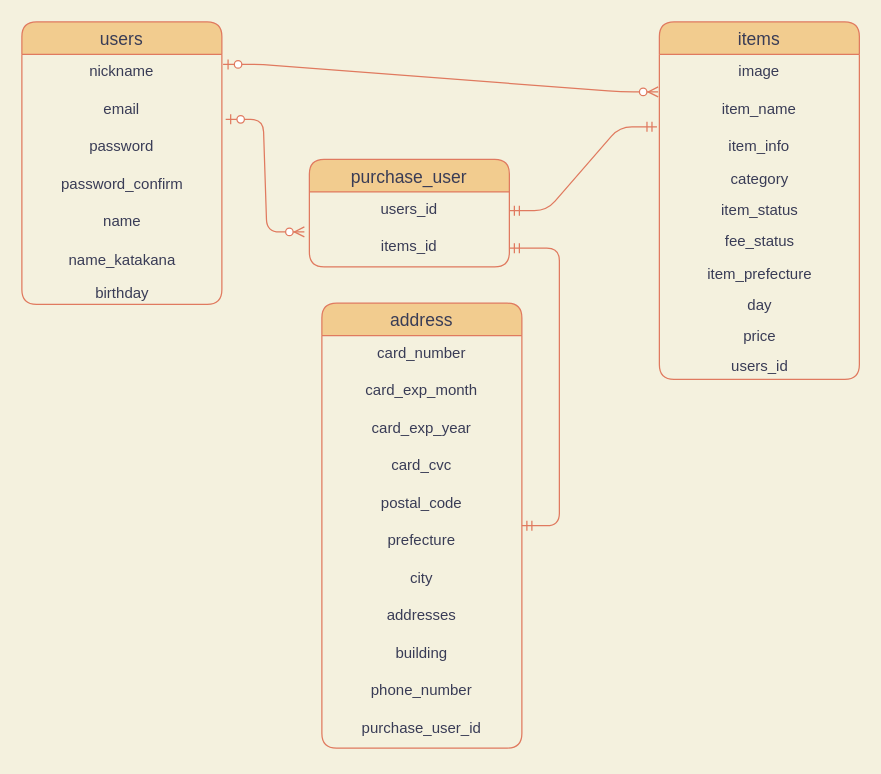
Kuma-1012/furima-35710 keeps this draw.io diagram as test.dio. Above is the earlier version. Source tidied: cells renumbered, new cells numbered last; positions are measured from the earlier drawing's top-left corner, leaving out a move shared by most shapes. Both pictures are drawn from the tidied source at 125%, with x=0, y=0 at pixel (21, 21).
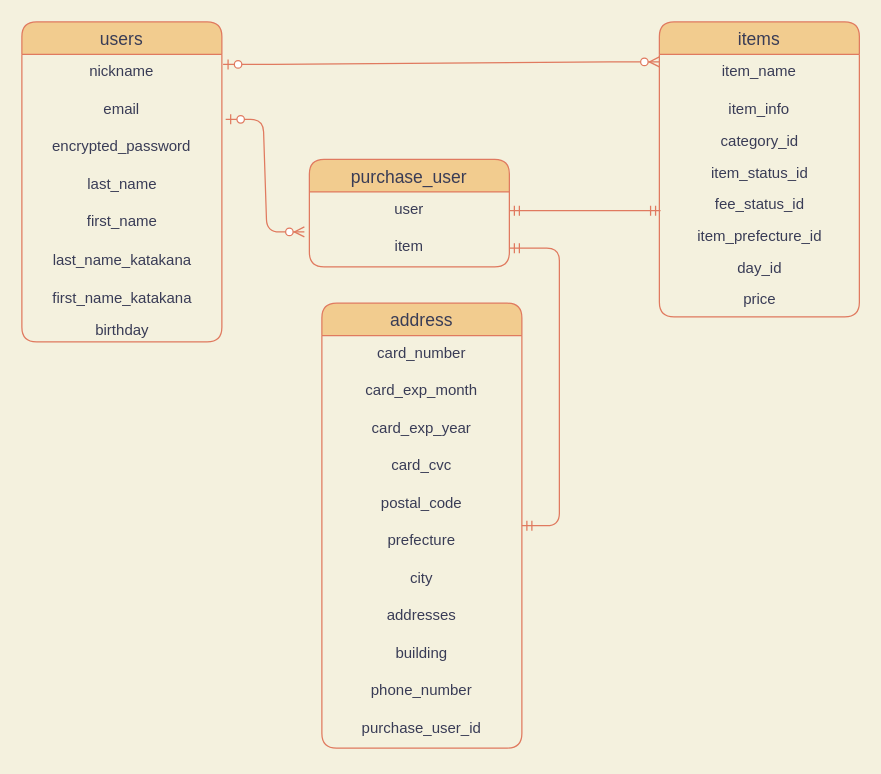
After the change.

The change refers to these unchanged cells:
```xml
<mxCell id="2" value="purchase_user" style="swimlane;fontStyle=0;horizontal=1;startSize=26;align=center;fontSize=14;fillColor=#F2CC8F;strokeColor=#E07A5F;fontColor=#393C56;rounded=1;" parent="1" vertex="1">
  <mxGeometry x="230" y="110" width="160" height="86" as="geometry" />
</mxCell>
<mxCell id="33" value="nickname" style="text;strokeColor=none;fillColor=none;spacingLeft=4;spacingRight=4;overflow=hidden;points=[[0,0.5],[1,0.5]];portConstraint=eastwest;fontSize=12;fontColor=#393C56;align=center;rounded=1;" parent="32" vertex="1">
  <mxGeometry y="26" width="160" height="30" as="geometry" />
</mxCell>
```

What changed in the source:
```diff
@@
-    <mxCell id="3" value="users_id" style="text;strokeColor=none;fillColor=none;spacingLeft=4;spacingRight=4;overflow=hidden;points=[[0,0.5],[1,0.5]];portConstraint=eastwest;fontSize=12;align=center;fontColor=#393C56;rounded=1;" parent="2" vertex="1">
+    <mxCell id="3" value="user" style="text;strokeColor=none;fillColor=none;spacingLeft=4;spacingRight=4;overflow=hidden;points=[[0,0.5],[1,0.5]];portConstraint=eastwest;fontSize=12;align=center;fontColor=#393C56;rounded=1;" parent="2" vertex="1">
       <mxGeometry y="26" width="160" height="30" as="geometry" />
     </mxCell>
-    <mxCell id="4" value="items_id" style="text;strokeColor=none;fillColor=none;spacingLeft=4;spacingRight=4;overflow=hidden;points=[[0,0.5],[1,0.5]];portConstraint=eastwest;fontSize=12;align=center;fontColor=#393C56;rounded=1;" parent="2" vertex="1">
+    <mxCell id="4" value="item" style="text;strokeColor=none;fillColor=none;spacingLeft=4;spacingRight=4;overflow=hidden;points=[[0,0.5],[1,0.5]];portConstraint=eastwest;fontSize=12;align=center;fontColor=#393C56;rounded=1;" parent="2" vertex="1">
       <mxGeometry y="56" width="160" height="30" as="geometry" />
     </mxCell>
@@
-    <mxCell id="17" style="edgeStyle=entityRelationEdgeStyle;fontSize=12;html=1;endArrow=ERzeroToMany;startArrow=ERzeroToOne;exitX=1.006;exitY=0.267;exitDx=0;exitDy=0;strokeColor=#E07A5F;fontColor=#393C56;entryX=-0.006;entryY=1;entryDx=0;entryDy=0;entryPerimeter=0;exitPerimeter=0;labelBackgroundColor=#F4F1DE;" parent="1" edge="1" source="33" target="22">
+    <mxCell id="17" style="edgeStyle=entityRelationEdgeStyle;fontSize=12;html=1;endArrow=ERzeroToMany;startArrow=ERzeroToOne;exitX=1.006;exitY=0.267;exitDx=0;exitDy=0;strokeColor=#E07A5F;fontColor=#393C56;entryX=0;entryY=0.2;entryDx=0;entryDy=0;entryPerimeter=0;exitPerimeter=0;labelBackgroundColor=#F4F1DE;" parent="1" edge="1" source="33" target="23">
       <mxGeometry relative="1" as="geometry" />
     </mxCell>
@@
-    <mxCell id="19" style="edgeStyle=entityRelationEdgeStyle;fontSize=12;html=1;endArrow=ERmandOne;startArrow=ERmandOne;entryX=-0.012;entryY=0.933;entryDx=0;entryDy=0;exitX=1;exitY=0.5;exitDx=0;exitDy=0;strokeColor=#E07A5F;fontColor=#393C56;entryPerimeter=0;labelBackgroundColor=#F4F1DE;" parent="1" edge="1" source="3" target="23">
+    <mxCell id="19" style="edgeStyle=entityRelationEdgeStyle;fontSize=12;html=1;endArrow=ERmandOne;startArrow=ERmandOne;entryX=0.006;entryY=0.75;entryDx=0;entryDy=0;exitX=1;exitY=0.5;exitDx=0;exitDy=0;strokeColor=#E07A5F;fontColor=#393C56;entryPerimeter=0;labelBackgroundColor=#F4F1DE;" parent="1" edge="1" source="3" target="27">
       <mxGeometry relative="1" as="geometry" />
     </mxCell>
@@
     <mxCell id="21" value="items" style="swimlane;fontStyle=0;horizontal=1;startSize=26;align=center;fontSize=14;sketch=0;strokeColor=#E07A5F;fillColor=#F2CC8F;fontColor=#393C56;rounded=1;" parent="1" vertex="1">
-      <mxGeometry x="510" width="160" height="286" as="geometry" />
+      <mxGeometry x="510" width="160" height="236" as="geometry" />
     </mxCell>
-    <mxCell id="22" value="image" style="text;strokeColor=none;fillColor=none;spacingLeft=4;spacingRight=4;overflow=hidden;points=[[0,0.5],[1,0.5]];portConstraint=eastwest;fontSize=12;fontColor=#393C56;align=center;rounded=1;" parent="21" vertex="1">
-      <mxGeometry y="26" width="160" height="30" as="geometry" />
-    </mxCell>
     <mxCell id="23" value="item_name" style="text;strokeColor=none;fillColor=none;spacingLeft=4;spacingRight=4;overflow=hidden;points=[[0,0.5],[1,0.5]];portConstraint=eastwest;fontSize=12;fontColor=#393C56;align=center;rounded=1;" parent="21" vertex="1">
-      <mxGeometry y="56" width="160" height="30" as="geometry" />
+      <mxGeometry y="26" width="160" height="30" as="geometry" />
     </mxCell>
     <mxCell id="24" value="item_info" style="text;strokeColor=none;fillColor=none;spacingLeft=4;spacingRight=4;overflow=hidden;fontSize=12;fontColor=#393C56;align=center;rounded=1;" parent="21" vertex="1">
-      <mxGeometry y="86" width="160" height="30" as="geometry" />
+      <mxGeometry y="56" width="160" height="30" as="geometry" />
     </mxCell>
-    <mxCell id="25" value="category" style="text;html=1;align=center;verticalAlign=middle;fillColor=none;strokeColor=none;sketch=0;fontColor=#393C56;rounded=1;" parent="21" vertex="1">
-      <mxGeometry y="116" width="160" height="20" as="geometry" />
+    <mxCell id="25" value="category_id" style="text;html=1;align=center;verticalAlign=middle;fillColor=none;strokeColor=none;sketch=0;fontColor=#393C56;rounded=1;" parent="21" vertex="1">
+      <mxGeometry y="86" width="160" height="20" as="geometry" />
     </mxCell>
-    <mxCell id="26" value="item_status" style="text;html=1;align=center;verticalAlign=middle;fillColor=none;strokeColor=none;sketch=0;fontColor=#393C56;rounded=1;spacingLeft=4;spacingRight=4;spacingTop=4;spacingBottom=4;" parent="21" vertex="1">
-      <mxGeometry y="136" width="160" height="30" as="geometry" />
+    <mxCell id="26" value="item_status_id" style="text;html=1;align=center;verticalAlign=middle;fillColor=none;strokeColor=none;sketch=0;fontColor=#393C56;rounded=1;spacingLeft=4;spacingRight=4;spacingTop=4;spacingBottom=4;" parent="21" vertex="1">
+      <mxGeometry y="106" width="160" height="30" as="geometry" />
     </mxCell>
-    <mxCell id="27" value="fee_status" style="text;html=1;align=center;verticalAlign=middle;points=[];fillColor=none;strokeColor=none;sketch=0;fontColor=#393C56;rounded=1;spacingLeft=4;spacingRight=4;spacingBottom=2;spacingTop=2;" parent="21" vertex="1">
-      <mxGeometry y="166" width="160" height="20" as="geometry" />
+    <mxCell id="27" value="fee_status_id" style="text;html=1;align=center;verticalAlign=middle;points=[];fillColor=none;strokeColor=none;sketch=0;fontColor=#393C56;rounded=1;spacingLeft=4;spacingRight=4;spacingBottom=2;spacingTop=2;" parent="21" vertex="1">
+      <mxGeometry y="136" width="160" height="20" as="geometry" />
     </mxCell>
-    <mxCell id="28" value="item_prefecture" style="text;html=1;align=center;verticalAlign=middle;fillColor=none;strokeColor=none;sketch=0;fontColor=#393C56;rounded=1;spacingLeft=4;spacingRight=4;spacingTop=4;spacingBottom=2;" parent="21" vertex="1">
-      <mxGeometry y="186" width="160" height="30" as="geometry" />
+    <mxCell id="28" value="item_prefecture_id" style="text;html=1;align=center;verticalAlign=middle;fillColor=none;strokeColor=none;sketch=0;fontColor=#393C56;rounded=1;spacingLeft=4;spacingRight=4;spacingTop=4;spacingBottom=2;" parent="21" vertex="1">
+      <mxGeometry y="156" width="160" height="30" as="geometry" />
     </mxCell>
-    <mxCell id="29" value="day" style="text;html=1;align=center;verticalAlign=middle;fillColor=none;strokeColor=none;sketch=0;fontColor=#393C56;rounded=1;spacingTop=3;spacingBottom=2;" parent="21" vertex="1">
-      <mxGeometry y="216" width="160" height="20" as="geometry" />
+    <mxCell id="29" value="day_id" style="text;html=1;align=center;verticalAlign=middle;fillColor=none;strokeColor=none;sketch=0;fontColor=#393C56;rounded=1;spacingTop=3;spacingBottom=2;" parent="21" vertex="1">
+      <mxGeometry y="186" width="160" height="20" as="geometry" />
     </mxCell>
     <mxCell id="30" value="price" style="text;html=1;align=center;verticalAlign=middle;fillColor=none;strokeColor=none;sketch=0;fontColor=#393C56;rounded=1;spacingTop=4;spacingBottom=2;" parent="21" vertex="1">
-      <mxGeometry y="236" width="160" height="30" as="geometry" />
+      <mxGeometry y="206" width="160" height="30" as="geometry" />
     </mxCell>
-    <mxCell id="31" value="users_id" style="text;html=1;align=center;verticalAlign=middle;fillColor=none;strokeColor=none;sketch=0;fontColor=#393C56;rounded=1;spacingTop=2;spacingBottom=2;" parent="21" vertex="1">
-      <mxGeometry y="266" width="160" height="20" as="geometry" />
-    </mxCell>
     <mxCell id="32" value="users" style="swimlane;fontStyle=0;horizontal=1;startSize=26;align=center;fontSize=14;sketch=0;strokeColor=#E07A5F;fillColor=#F2CC8F;fontColor=#393C56;rounded=1;" parent="1" vertex="1">
-      <mxGeometry width="160" height="226" as="geometry" />
+      <mxGeometry width="160" height="256" as="geometry" />
     </mxCell>
@@
-    <mxCell id="35" value="password" style="text;strokeColor=none;fillColor=none;spacingLeft=4;spacingRight=4;overflow=hidden;fontSize=12;fontColor=#393C56;align=center;rounded=1;" parent="32" vertex="1">
+    <mxCell id="35" value="encrypted_password" style="text;strokeColor=none;fillColor=none;spacingLeft=4;spacingRight=4;overflow=hidden;fontSize=12;fontColor=#393C56;align=center;rounded=1;" parent="32" vertex="1">
       <mxGeometry y="86" width="160" height="30" as="geometry" />
     </mxCell>
+    <mxCell id="37" value="last_name" style="text;html=1;align=center;verticalAlign=middle;fillColor=none;strokeColor=none;sketch=0;fontColor=#393C56;rounded=1;spacingBottom=4;spacingTop=2;" parent="32" vertex="1">
+      <mxGeometry y="116" width="160" height="30" as="geometry" />
+    </mxCell>
-    <mxCell id="36" value="password_confirm" style="text;html=1;align=center;verticalAlign=middle;fillColor=none;strokeColor=none;sketch=0;fontColor=#393C56;rounded=1;spacingBottom=4;spacingTop=2;" parent="32" vertex="1">
-      <mxGeometry y="116" width="160" height="30" as="geometry" />
+    <mxCell id="36" value="first_name" style="text;html=1;align=center;verticalAlign=middle;fillColor=none;strokeColor=none;sketch=0;fontColor=#393C56;rounded=1;spacingBottom=4;spacingTop=2;" parent="32" vertex="1">
+      <mxGeometry y="146" width="160" height="30" as="geometry" />
     </mxCell>
-    <mxCell id="37" value="name" style="text;html=1;align=center;verticalAlign=middle;fillColor=none;strokeColor=none;sketch=0;fontColor=#393C56;rounded=1;spacingBottom=4;spacingTop=2;" parent="32" vertex="1">
-      <mxGeometry y="146" width="160" height="30" as="geometry" />
-    </mxCell>
+    <mxCell id="40" value="last_name_katakana" style="text;html=1;align=center;verticalAlign=middle;fillColor=none;strokeColor=none;sketch=0;fontColor=#393C56;rounded=1;spacingBottom=4;spacingTop=3;" parent="32" vertex="1">
+      <mxGeometry y="176" width="160" height="30" as="geometry" />
+    </mxCell>
-    <mxCell id="38" value="name_katakana" style="text;html=1;align=center;verticalAlign=middle;fillColor=none;strokeColor=none;sketch=0;fontColor=#393C56;rounded=1;spacingBottom=4;spacingTop=3;" parent="32" vertex="1">
-      <mxGeometry y="176" width="160" height="30" as="geometry" />
+    <mxCell id="38" value="first_name_katakana" style="text;html=1;align=center;verticalAlign=middle;fillColor=none;strokeColor=none;sketch=0;fontColor=#393C56;rounded=1;spacingBottom=4;spacingTop=3;" parent="32" vertex="1">
+      <mxGeometry y="206" width="160" height="30" as="geometry" />
     </mxCell>
     <mxCell id="39" value="birthday" style="text;html=1;align=center;verticalAlign=middle;fillColor=none;strokeColor=none;sketch=0;fontColor=#393C56;rounded=1;spacingTop=2;" parent="32" vertex="1">
-      <mxGeometry y="206" width="160" height="20" as="geometry" />
+      <mxGeometry y="236" width="160" height="20" as="geometry" />
     </mxCell>
```
